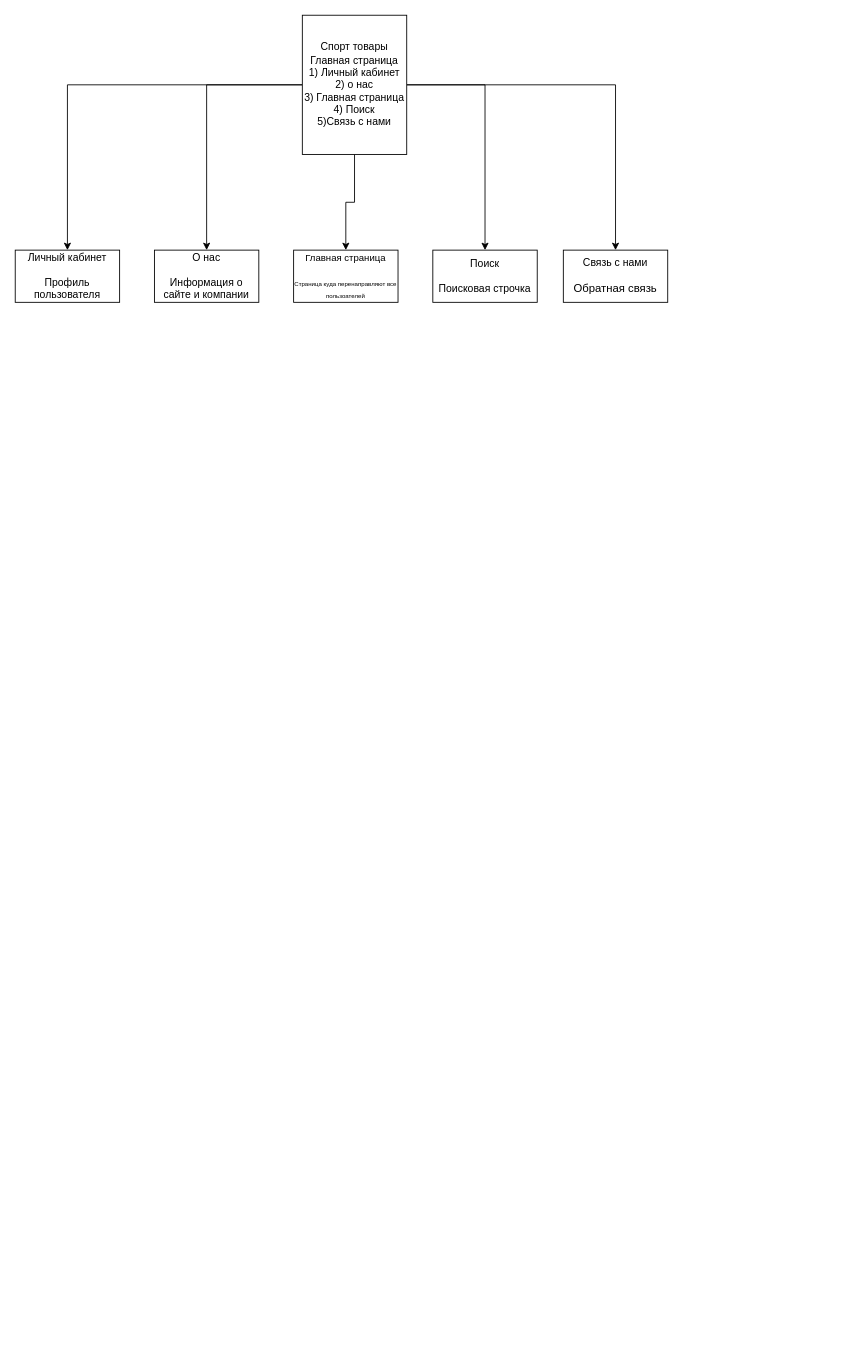
This is page "Страница — 5" (5 of 6) of НЕ ПЕРЕНОСИ В КОРЗИНУ ИЛИ КУДА ЕЩЁ.drawio from Pala4Roka/go-tour, a draw.io file, before an edit. Source tidied: cells renumbered, new cells numbered last; positions are measured from the earlier drawing's top-left corner, leaving out a move shared by most shapes. Both pictures are drawn from the tidied source at 87%, with x=0, y=0 at pixel (15, 15).
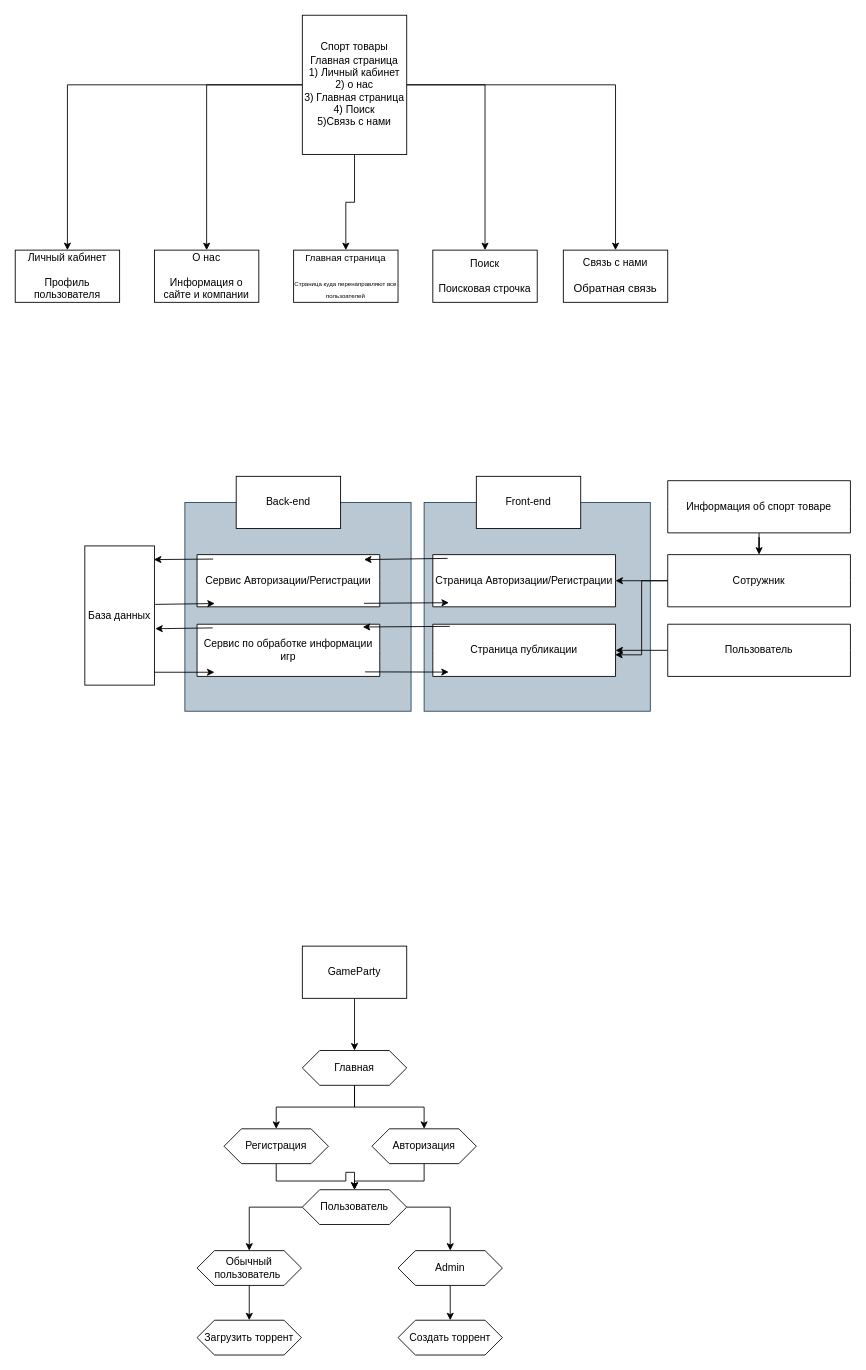
After the change.

Diff of the diagram source:
```diff
@@
+    <mxCell id="13" style="rounded=0;whiteSpace=wrap;html=1;fillColor=#bac8d3;strokeColor=#23445d;" parent="1" vertex="1">
+      <mxGeometry x="470" y="560" width="260" height="240" as="geometry" />
+    </mxCell>
+    <mxCell id="14" style="rounded=0;whiteSpace=wrap;html=1;fillColor=#bac8d3;strokeColor=#23445d;" parent="1" vertex="1">
+      <mxGeometry x="195" y="560" width="260" height="240" as="geometry" />
+    </mxCell>
@@
+    <mxCell id="15" value="База данных" style="rounded=1;whiteSpace=wrap;html=1;arcSize=0;" parent="1" vertex="1">
+      <mxGeometry x="80" y="610" width="80" height="160" as="geometry" />
+    </mxCell>
+    <mxCell id="16" value="Сервис Авторизации/Регистрации" style="shape=hexagon;perimeter=hexagonPerimeter2;whiteSpace=wrap;html=1;fixedSize=1;size=-39;" parent="1" vertex="1">
+      <mxGeometry x="209" y="620" width="210" height="60" as="geometry" />
+    </mxCell>
+    <mxCell id="17" value="Сервис по обработке информации игр" style="shape=hexagon;perimeter=hexagonPerimeter2;whiteSpace=wrap;html=1;fixedSize=1;size=-119;" parent="1" vertex="1">
+      <mxGeometry x="209" y="700" width="210" height="60" as="geometry" />
+    </mxCell>
+    <mxCell id="18" value="Страница Авторизации/Регистрации" style="shape=hexagon;perimeter=hexagonPerimeter2;whiteSpace=wrap;html=1;fixedSize=1;size=-110;" parent="1" vertex="1">
+      <mxGeometry x="480" y="620" width="210" height="60" as="geometry" />
+    </mxCell>
+    <mxCell id="19" value="Страница публикации" style="shape=hexagon;perimeter=hexagonPerimeter2;whiteSpace=wrap;html=1;fixedSize=1;size=-90;" parent="1" vertex="1">
+      <mxGeometry x="480" y="700" width="210" height="60" as="geometry" />
+    </mxCell>
+    <mxCell id="20" style="edgeStyle=orthogonalEdgeStyle;rounded=0;jettySize=auto;html=1;" parent="1" edge="1" source="21" target="23">
+      <mxGeometry relative="1" as="geometry" />
+    </mxCell>
+    <mxCell id="21" value="Информация об спорт товаре" style="shape=hexagon;perimeter=hexagonPerimeter2;whiteSpace=wrap;html=1;fixedSize=1;size=-20;" parent="1" vertex="1">
+      <mxGeometry x="750" y="535" width="210" height="60" as="geometry" />
+    </mxCell>
+    <mxCell id="22" style="edgeStyle=orthogonalEdgeStyle;rounded=0;jettySize=auto;html=1;" parent="1" edge="1" source="23" target="18">
+      <mxGeometry relative="1" as="geometry" />
+    </mxCell>
+    <mxCell id="23" value="Сотружник" style="shape=hexagon;perimeter=hexagonPerimeter2;whiteSpace=wrap;html=1;fixedSize=1;size=-60;" parent="1" vertex="1">
+      <mxGeometry x="750" y="620" width="210" height="60" as="geometry" />
+    </mxCell>
+    <mxCell id="24" style="edgeStyle=orthogonalEdgeStyle;rounded=0;jettySize=auto;html=1;" parent="1" edge="1" source="25" target="19">
+      <mxGeometry relative="1" as="geometry" />
+    </mxCell>
+    <mxCell id="25" value="Пользователь" style="shape=hexagon;perimeter=hexagonPerimeter2;whiteSpace=wrap;html=1;fixedSize=1;size=-230;" parent="1" vertex="1">
+      <mxGeometry x="750" y="700" width="210" height="60" as="geometry" />
+    </mxCell>
+    <mxCell id="26" value="Front-end" style="rounded=0;whiteSpace=wrap;html=1;" parent="1" vertex="1">
+      <mxGeometry x="530" y="530" width="120" height="60" as="geometry" />
+    </mxCell>
+    <mxCell id="27" value="Back-end" style="rounded=0;whiteSpace=wrap;html=1;" parent="1" vertex="1">
+      <mxGeometry x="254" y="530" width="120" height="60" as="geometry" />
+    </mxCell>
+    <mxCell id="28" style="endArrow=classic;html=1;rounded=0;entryX=0.992;entryY=0.098;entryDx=0;entryDy=0;entryPerimeter=0;exitX=0.088;exitY=0.085;exitDx=0;exitDy=0;exitPerimeter=0;" parent="1" edge="1" source="16" target="15">
+      <mxGeometry relative="1" as="geometry" />
+    </mxCell>
+    <mxCell id="29" style="endArrow=classic;html=1;rounded=0;entryX=0.097;entryY=0.937;entryDx=0;entryDy=0;entryPerimeter=0;exitX=1.011;exitY=0.42;exitDx=0;exitDy=0;exitPerimeter=0;" parent="1" edge="1" source="15" target="16">
+      <mxGeometry relative="1" as="geometry" />
+    </mxCell>
+    <mxCell id="30" style="endArrow=classic;html=1;rounded=0;entryX=1.018;entryY=0.117;entryDx=0;entryDy=0;entryPerimeter=0;exitX=0.088;exitY=0.085;exitDx=0;exitDy=0;exitPerimeter=0;" parent="1" edge="1">
+      <mxGeometry relative="1" as="geometry">
+        <mxPoint x="227" y="704.2" as="sourcePoint" />
+        <mxPoint x="161" y="705.2" as="targetPoint" />
+      </mxGeometry>
+    </mxCell>
+    <mxCell id="31" style="endArrow=classic;html=1;rounded=0;entryX=0.097;entryY=0.937;entryDx=0;entryDy=0;entryPerimeter=0;exitX=1.001;exitY=0.468;exitDx=0;exitDy=0;exitPerimeter=0;" parent="1" edge="1">
+      <mxGeometry relative="1" as="geometry">
+        <mxPoint x="160" y="755.2" as="sourcePoint" />
+        <mxPoint x="229" y="755.2" as="targetPoint" />
+      </mxGeometry>
+    </mxCell>
+    <mxCell id="32" style="endArrow=classic;html=1;rounded=0;entryX=0.914;entryY=0.095;entryDx=0;entryDy=0;entryPerimeter=0;exitX=0.081;exitY=0.072;exitDx=0;exitDy=0;exitPerimeter=0;" parent="1" edge="1" source="18" target="16">
+      <mxGeometry relative="1" as="geometry" />
+    </mxCell>
+    <mxCell id="33" style="endArrow=classic;html=1;rounded=0;entryX=0.088;entryY=0.921;entryDx=0;entryDy=0;entryPerimeter=0;exitX=0.914;exitY=0.933;exitDx=0;exitDy=0;exitPerimeter=0;" parent="1" edge="1" source="16" target="18">
+      <mxGeometry relative="1" as="geometry" />
+    </mxCell>
+    <mxCell id="34" style="endArrow=classic;html=1;rounded=0;entryX=0.907;entryY=0.053;entryDx=0;entryDy=0;entryPerimeter=0;exitX=0.093;exitY=0.041;exitDx=0;exitDy=0;exitPerimeter=0;" parent="1" edge="1" source="19" target="17">
+      <mxGeometry relative="1" as="geometry" />
+    </mxCell>
+    <mxCell id="35" style="endArrow=classic;html=1;rounded=0;entryX=0.087;entryY=0.917;entryDx=0;entryDy=0;entryPerimeter=0;exitX=0.92;exitY=0.913;exitDx=0;exitDy=0;exitPerimeter=0;" parent="1" edge="1" source="17" target="19">
+      <mxGeometry relative="1" as="geometry" />
+    </mxCell>
+    <mxCell id="36" style="edgeStyle=orthogonalEdgeStyle;rounded=0;jettySize=auto;html=1;entryX=0.998;entryY=0.586;entryDx=0;entryDy=0;entryPerimeter=0;" parent="1" edge="1" source="23" target="19">
+      <mxGeometry relative="1" as="geometry" />
+    </mxCell>
+    <mxCell id="37" style="edgeStyle=orthogonalEdgeStyle;rounded=0;jettySize=auto;html=1;" parent="1" edge="1" source="38" target="41">
+      <mxGeometry relative="1" as="geometry" />
+    </mxCell>
+    <mxCell id="38" value="GameParty" style="rounded=0;whiteSpace=wrap;html=1;" parent="1" vertex="1">
+      <mxGeometry x="330" y="1070" width="120" height="60" as="geometry" />
+    </mxCell>
+    <mxCell id="39" style="edgeStyle=orthogonalEdgeStyle;rounded=0;jettySize=auto;html=1;entryX=0.5;entryY=0;entryDx=0;entryDy=0;" parent="1" edge="1" source="41" target="43">
+      <mxGeometry relative="1" as="geometry" />
+    </mxCell>
+    <mxCell id="40" style="edgeStyle=orthogonalEdgeStyle;rounded=0;jettySize=auto;html=1;" parent="1" edge="1" source="41" target="45">
+      <mxGeometry relative="1" as="geometry" />
+    </mxCell>
+    <mxCell id="41" value="Главная" style="shape=hexagon;perimeter=hexagonPerimeter2;whiteSpace=wrap;html=1;fixedSize=1;" parent="1" vertex="1">
+      <mxGeometry x="330" y="1190" width="120" height="40" as="geometry" />
+    </mxCell>
+    <mxCell id="42" style="edgeStyle=orthogonalEdgeStyle;rounded=0;jettySize=auto;html=1;" parent="1" edge="1" source="43" target="48">
+      <mxGeometry relative="1" as="geometry" />
+    </mxCell>
+    <mxCell id="43" value="Регистрация" style="shape=hexagon;perimeter=hexagonPerimeter2;whiteSpace=wrap;html=1;fixedSize=1;" parent="1" vertex="1">
+      <mxGeometry x="240" y="1280" width="120" height="40" as="geometry" />
+    </mxCell>
+    <mxCell id="44" style="edgeStyle=orthogonalEdgeStyle;rounded=0;jettySize=auto;html=1;entryX=0.5;entryY=0;entryDx=0;entryDy=0;" parent="1" edge="1" source="45" target="48">
+      <mxGeometry relative="1" as="geometry" />
+    </mxCell>
+    <mxCell id="45" value="Авторизация" style="shape=hexagon;perimeter=hexagonPerimeter2;whiteSpace=wrap;html=1;fixedSize=1;" parent="1" vertex="1">
+      <mxGeometry x="410" y="1280" width="120" height="40" as="geometry" />
+    </mxCell>
+    <mxCell id="46" style="edgeStyle=orthogonalEdgeStyle;rounded=0;jettySize=auto;html=1;entryX=0.5;entryY=0;entryDx=0;entryDy=0;" parent="1" edge="1" source="48" target="50">
+      <mxGeometry relative="1" as="geometry" />
+    </mxCell>
+    <mxCell id="47" style="edgeStyle=orthogonalEdgeStyle;rounded=0;jettySize=auto;html=1;entryX=0.5;entryY=0;entryDx=0;entryDy=0;" parent="1" edge="1" source="48" target="52">
+      <mxGeometry relative="1" as="geometry">
+        <Array as="points">
+          <mxPoint x="500" y="1370" />
+        </Array>
+      </mxGeometry>
+    </mxCell>
+    <mxCell id="48" value="Пользователь" style="shape=hexagon;perimeter=hexagonPerimeter2;whiteSpace=wrap;html=1;fixedSize=1;" parent="1" vertex="1">
+      <mxGeometry x="330" y="1350" width="120" height="40" as="geometry" />
+    </mxCell>
+    <mxCell id="49" style="edgeStyle=orthogonalEdgeStyle;rounded=0;jettySize=auto;html=1;entryX=0.5;entryY=0;entryDx=0;entryDy=0;" parent="1" edge="1" source="50" target="53">
+      <mxGeometry relative="1" as="geometry" />
+    </mxCell>
+    <mxCell id="50" value="Обычный пользователь&amp;nbsp;" style="shape=hexagon;perimeter=hexagonPerimeter2;whiteSpace=wrap;html=1;fixedSize=1;" parent="1" vertex="1">
+      <mxGeometry x="209" y="1420" width="120" height="40" as="geometry" />
+    </mxCell>
+    <mxCell id="51" style="edgeStyle=orthogonalEdgeStyle;rounded=0;jettySize=auto;html=1;" parent="1" edge="1" source="52" target="54">
+      <mxGeometry relative="1" as="geometry" />
+    </mxCell>
+    <mxCell id="52" value="Admin" style="shape=hexagon;perimeter=hexagonPerimeter2;whiteSpace=wrap;html=1;fixedSize=1;" parent="1" vertex="1">
+      <mxGeometry x="440" y="1420" width="120" height="40" as="geometry" />
+    </mxCell>
+    <mxCell id="53" value="Загрузить торрент" style="shape=hexagon;perimeter=hexagonPerimeter2;whiteSpace=wrap;html=1;fixedSize=1;" parent="1" vertex="1">
+      <mxGeometry x="209" y="1500" width="120" height="40" as="geometry" />
+    </mxCell>
+    <mxCell id="54" value="Создать торрент" style="shape=hexagon;perimeter=hexagonPerimeter2;whiteSpace=wrap;html=1;fixedSize=1;" parent="1" vertex="1">
+      <mxGeometry x="440" y="1500" width="120" height="40" as="geometry" />
+    </mxCell>
```
